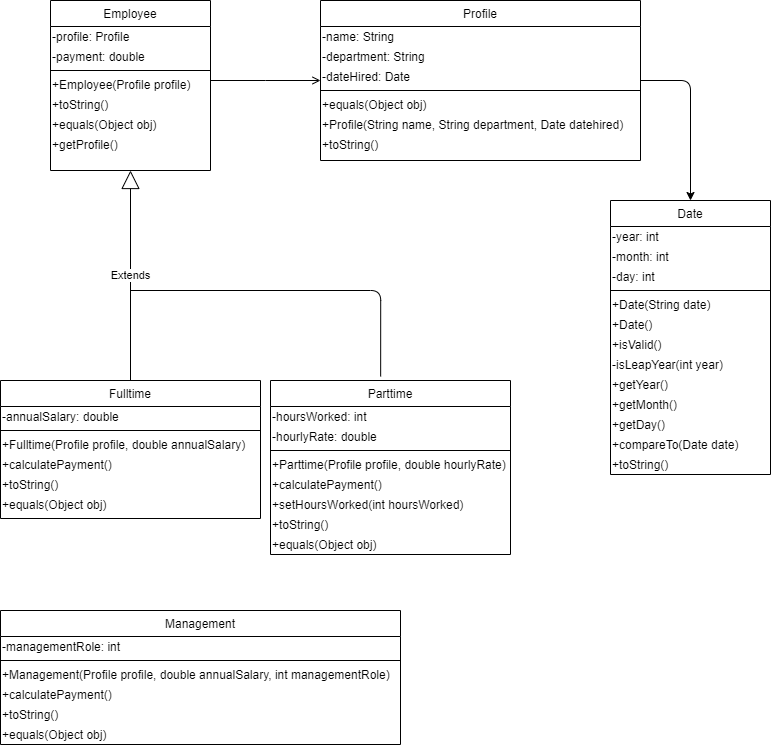
DavidTaeHa/Payroll-Processing keeps this draw.io diagram as Project2ClassDiagram.png. Above is the earlier version. Source tidied: cells renumbered, new cells last; positions are measured from the earlier drawing's top-left corner, leaving out a move shared by most shapes.
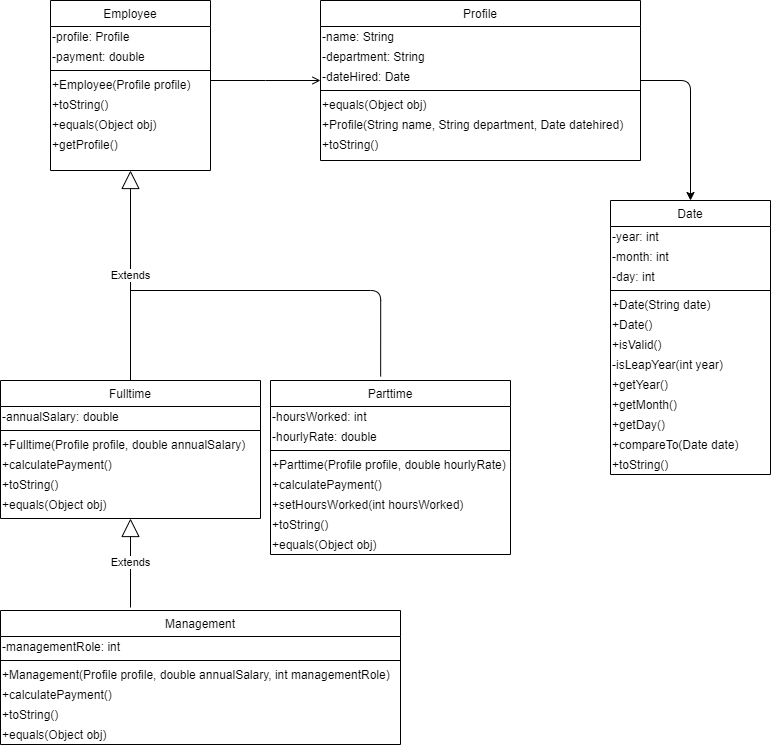
Above is the later version.

Diff of the diagram source:
```diff
@@ -186,5 +186,10 @@
         </Array>
       </mxGeometry>
     </mxCell>
+    <mxCell id="59" value="Extends" style="endArrow=block;endSize=16;endFill=0;html=1;entryX=0.5;entryY=1;entryDx=0;entryDy=0;" parent="1" edge="1" target="10">
+      <mxGeometry relative="1" as="geometry">
+        <mxPoint x="130" y="607" as="sourcePoint" />
+      </mxGeometry>
+    </mxCell>
   </root>
 </mxGraphModel>
```
